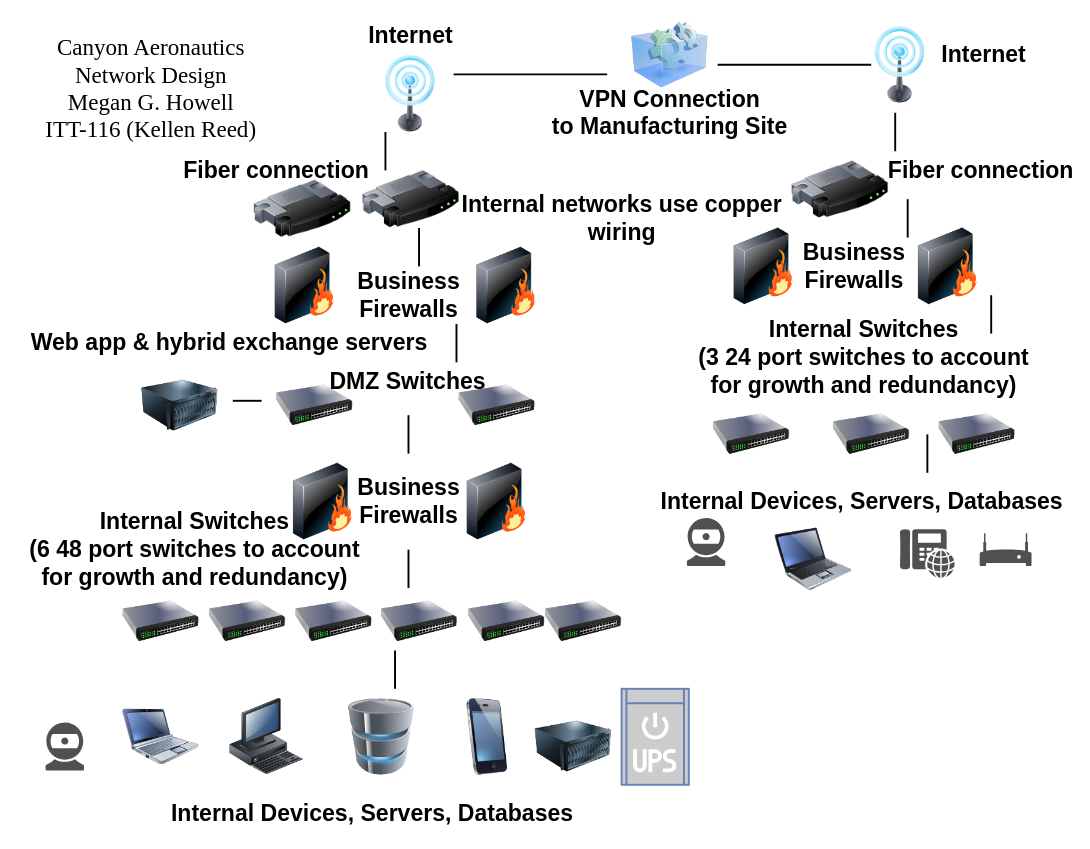
Earlier version of the draw.io diagram netdiagrams/Untitled Diagram.drawio (cyberqueenmeg/itt-116). Source tidied: cells renumbered, new cells numbered last; positions are measured from the earlier drawing's top-left corner, leaving out a move shared by most shapes. Both pictures are drawn from the tidied source at 96%, with x=0, y=0 at pixel (16, -12).
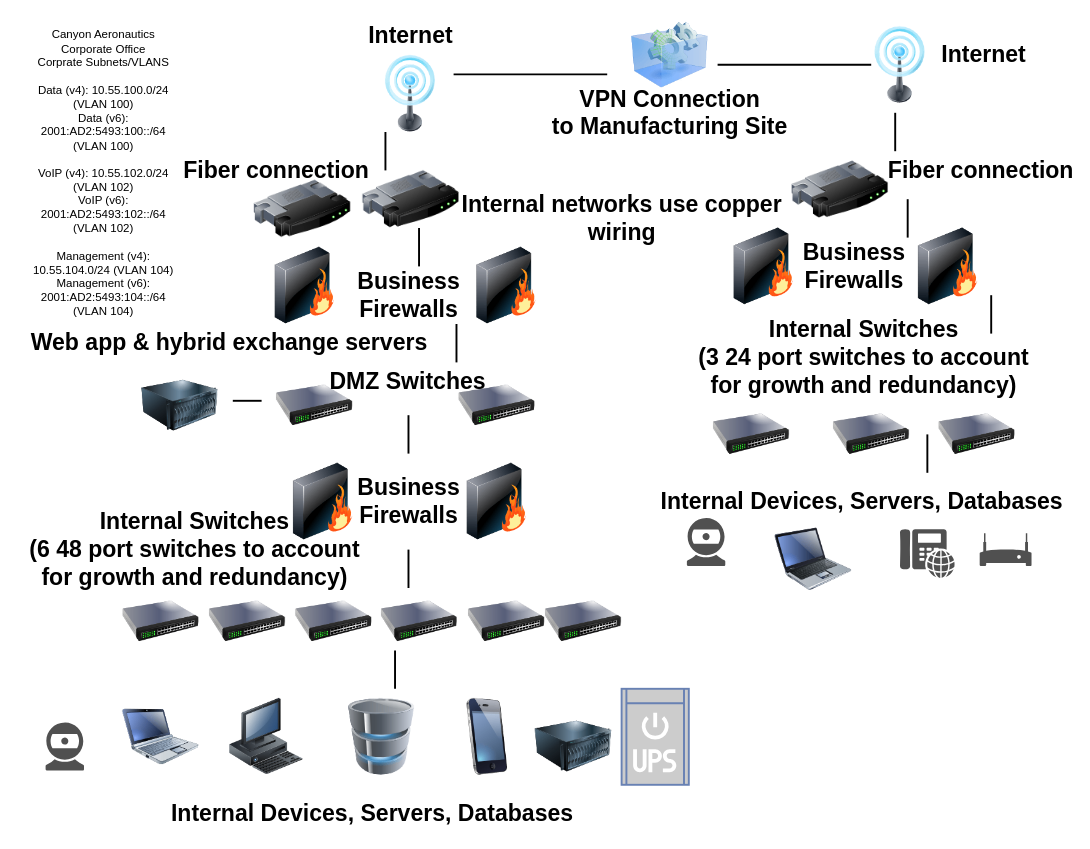
Above is the later version.

Diff of the diagram source:
```diff
@@
-    <mxCell id="2" value="&lt;font style=&quot;font-size: 24px;&quot; face=&quot;Times New Roman&quot;&gt;Canyon Aeronautics Network Design&lt;br&gt;Megan G. Howell&lt;br&gt;ITT-116 (Kellen Reed)&lt;/font&gt;" style="text;html=1;strokeColor=none;fillColor=none;align=center;verticalAlign=middle;whiteSpace=wrap;rounded=0;" parent="1" vertex="1">
-      <mxGeometry y="80" width="280" height="50" as="geometry" />
-    </mxCell>
@@
+    <mxCell id="66" value="Canyon Aeronautics&lt;br&gt;Corporate Office&lt;br&gt;Corprate Subnets/VLANS&lt;br&gt;&lt;br&gt;Data (v4): 10.55.100.0/24 (VLAN 100)&lt;br&gt;Data (v6): 2001:AD2:5493:100::/64 (VLAN 100)&lt;br&gt;&lt;br&gt;VoIP (v4): 10.55.102.0/24 (VLAN 102)&lt;br style=&quot;border-color: var(--border-color);&quot;&gt;VoIP (v6): 2001:AD2:5493:102::/64 (VLAN 102)&lt;br&gt;&lt;br&gt;Management (v4): 10.55.104.0/24 (VLAN 104)&lt;br style=&quot;border-color: var(--border-color);&quot;&gt;Management (v6): 2001:AD2:5493:104::/64 (VLAN 104)" style="text;strokeColor=none;align=center;fillColor=none;html=1;verticalAlign=middle;whiteSpace=wrap;rounded=0;" parent="1" vertex="1">
+      <mxGeometry x="11" y="35" width="159" height="315" as="geometry" />
+    </mxCell>
```
